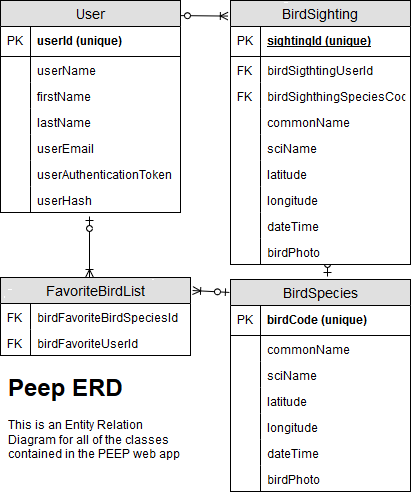
deepdivebirbs/peep keeps this draw.io diagram as epic/erd-final.png. Above is the earlier version. Source tidied: cells renumbered, new cells last; positions are measured from the earlier drawing's top-left corner, leaving out a move shared by most shapes.
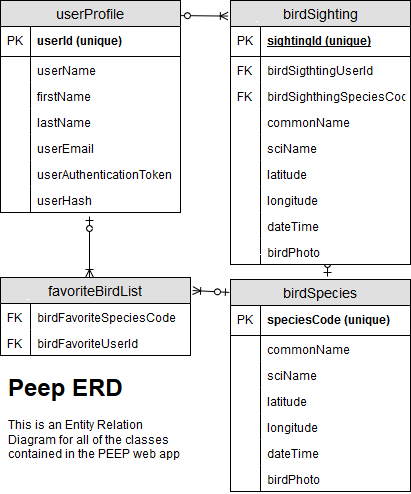
Above is the later version.

Commit message:
added the real real final ERD, for real this time

The edit, as a diff of the source:
```diff
@@ -20,7 +20,7 @@
         <mxPoint x="89" y="277" as="targetPoint" />
       </mxGeometry>
     </mxCell>
-    <mxCell id="6" value="User" style="swimlane;fontStyle=0;horizontal=1;startSize=26;fillColor=#e0e0e0;swimlaneFillColor=#ffffff;align=center;fontSize=14;" parent="1" vertex="1">
+    <mxCell id="6" value="userProfile" style="swimlane;fontStyle=0;horizontal=1;startSize=26;fillColor=#e0e0e0;swimlaneFillColor=#ffffff;align=center;fontSize=14;" parent="1" vertex="1">
       <mxGeometry width="180" height="212" as="geometry" />
     </mxCell>
     <mxCell id="7" value="userId (unique)" style="shape=partialRectangle;top=0;left=0;right=0;bottom=1;align=left;verticalAlign=middle;fillColor=none;spacingLeft=34;spacingRight=4;overflow=hidden;fontStyle=1;fontSize=12;" parent="6" vertex="1">
@@ -65,7 +65,7 @@
     <mxCell id="20" style="shape=partialRectangle;top=0;left=0;bottom=0;fillColor=none;align=left;verticalAlign=top;spacingLeft=4;spacingRight=4;overflow=hidden;fontSize=12;" parent="19" vertex="1">
       <mxGeometry width="30" height="26" as="geometry" />
     </mxCell>
-    <mxCell id="21" value="BirdSighting" style="swimlane;fontStyle=0;horizontal=1;startSize=26;fillColor=#e0e0e0;swimlaneFillColor=#ffffff;align=center;fontSize=14;" parent="1" vertex="1">
+    <mxCell id="21" value="birdSighting" style="swimlane;fontStyle=0;horizontal=1;startSize=26;fillColor=#e0e0e0;swimlaneFillColor=#ffffff;align=center;fontSize=14;" parent="1" vertex="1">
       <mxGeometry x="230" width="180" height="264" as="geometry" />
     </mxCell>
     <mxCell id="22" value="sightingId (unique)" style="shape=partialRectangle;top=0;left=0;right=0;bottom=1;align=left;verticalAlign=middle;fillColor=none;spacingLeft=34;spacingRight=4;overflow=hidden;fontStyle=5;fontSize=12;" parent="21" vertex="1">
@@ -122,10 +122,10 @@
     <mxCell id="39" style="shape=partialRectangle;top=0;left=0;bottom=0;fillColor=none;align=left;verticalAlign=top;spacingLeft=4;spacingRight=4;overflow=hidden;fontSize=12;" parent="38" vertex="1">
       <mxGeometry width="30" height="26" as="geometry" />
     </mxCell>
-    <mxCell id="40" value="FavoriteBirdList" style="swimlane;fontStyle=0;horizontal=1;startSize=26;fillColor=#e0e0e0;swimlaneFillColor=#ffffff;align=center;fontSize=14;" parent="1" vertex="1">
+    <mxCell id="40" value="favoriteBirdList" style="swimlane;fontStyle=0;horizontal=1;startSize=26;fillColor=#e0e0e0;swimlaneFillColor=#ffffff;align=center;fontSize=14;" parent="1" vertex="1">
       <mxGeometry y="277" width="190" height="78" as="geometry" />
     </mxCell>
-    <mxCell id="41" value="birdFavoriteBirdSpeciesId" style="shape=partialRectangle;top=0;left=0;right=0;bottom=0;align=left;verticalAlign=top;fillColor=none;spacingLeft=34;spacingRight=4;overflow=hidden;fontSize=12;" parent="40" vertex="1">
+    <mxCell id="41" value="birdFavoriteSpeciesCode" style="shape=partialRectangle;top=0;left=0;right=0;bottom=0;align=left;verticalAlign=top;fillColor=none;spacingLeft=34;spacingRight=4;overflow=hidden;fontSize=12;" parent="40" vertex="1">
       <mxGeometry y="26" width="190" height="26" as="geometry" />
     </mxCell>
     <mxCell id="42" value="FK" style="shape=partialRectangle;top=0;left=0;bottom=0;fillColor=none;align=left;verticalAlign=top;spacingLeft=4;spacingRight=4;overflow=hidden;fontSize=12;" parent="41" vertex="1">
@@ -137,10 +137,10 @@
     <mxCell id="44" value="FK" style="shape=partialRectangle;top=0;left=0;bottom=0;fillColor=none;align=left;verticalAlign=top;spacingLeft=4;spacingRight=4;overflow=hidden;fontSize=12;" parent="43" vertex="1">
       <mxGeometry width="30" height="26" as="geometry" />
     </mxCell>
-    <mxCell id="45" value="BirdSpecies" style="swimlane;fontStyle=0;horizontal=1;startSize=26;fillColor=#e0e0e0;swimlaneFillColor=#ffffff;align=center;fontSize=14;" parent="1" vertex="1">
+    <mxCell id="45" value="birdSpecies" style="swimlane;fontStyle=0;horizontal=1;startSize=26;fillColor=#e0e0e0;swimlaneFillColor=#ffffff;align=center;fontSize=14;" parent="1" vertex="1">
       <mxGeometry x="230" y="279" width="180" height="212" as="geometry" />
     </mxCell>
-    <mxCell id="46" value="birdCode (unique)" style="shape=partialRectangle;top=0;left=0;right=0;bottom=1;align=left;verticalAlign=middle;fillColor=none;spacingLeft=34;spacingRight=4;overflow=hidden;fontStyle=1;fontSize=12;" parent="45" vertex="1">
+    <mxCell id="46" value="speciesCode (unique)" style="shape=partialRectangle;top=0;left=0;right=0;bottom=1;align=left;verticalAlign=middle;fillColor=none;spacingLeft=34;spacingRight=4;overflow=hidden;fontStyle=1;fontSize=12;" parent="45" vertex="1">
       <mxGeometry y="26" width="180" height="30" as="geometry" />
     </mxCell>
     <mxCell id="47" value="PK" style="shape=partialRectangle;top=0;left=0;bottom=0;fillColor=none;align=left;verticalAlign=middle;spacingLeft=4;spacingRight=4;overflow=hidden;fontSize=12;" parent="46" vertex="1">
```
